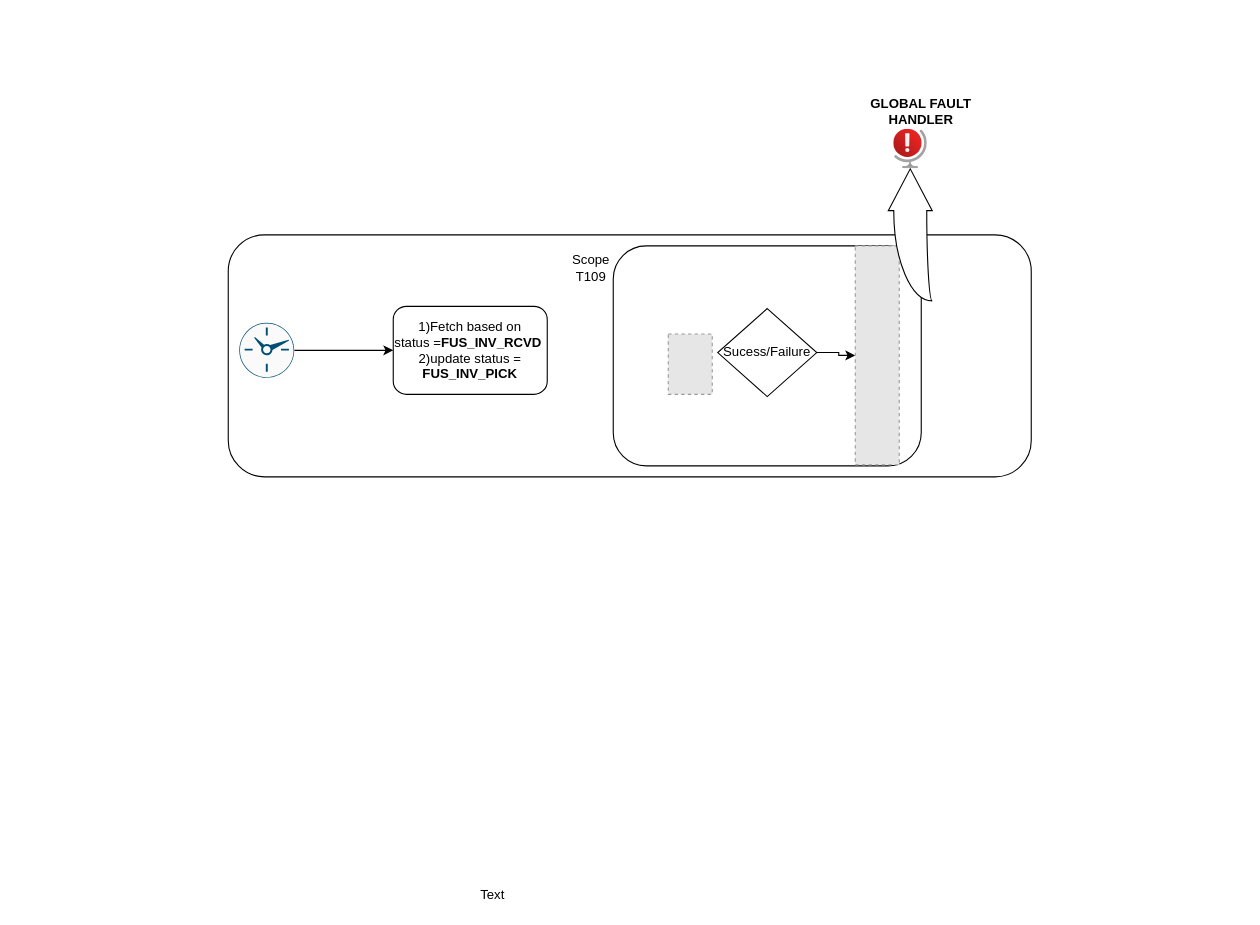
The draw.io diagram MTN_ENHANCED.drawio in anantwag19/Workspace, before the edit. Source tidied: cells renumbered, new cells numbered last; positions are measured from the earlier drawing's top-left corner, leaving out a move shared by most shapes. Both pictures are drawn from the tidied source at 110%, with x=0, y=0 at pixel (228, 102). Pictures stored in the file or linked from it are replaced by grey dashed boxes.
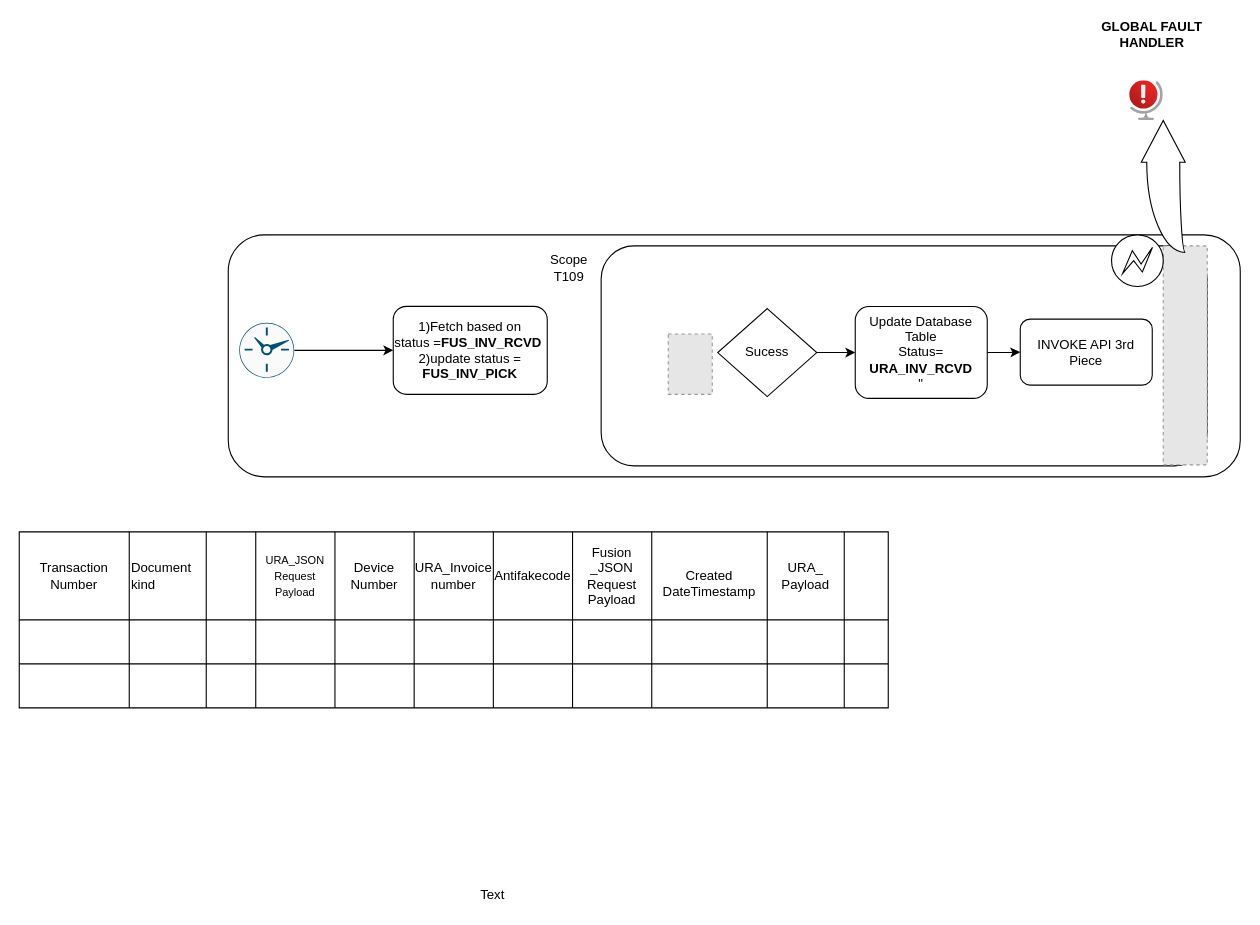
The same diagram, later.

What changed in the source:
```diff
@@
     <mxCell id="2" style="rounded=1;whiteSpace=wrap;html=1;" parent="1" vertex="1">
-      <mxGeometry y="120" width="730" height="220" as="geometry" />
+      <mxGeometry y="120" width="920" height="220" as="geometry" />
     </mxCell>
@@
     <mxCell id="6" style="rounded=1;whiteSpace=wrap;html=1;" parent="1" vertex="1">
-      <mxGeometry x="350" y="130" width="280" height="200" as="geometry" />
+      <mxGeometry x="339" y="130" width="551" height="200" as="geometry" />
     </mxCell>
     <mxCell id="7" value="Scope T109" style="text;html=1;strokeColor=none;fillColor=none;align=center;verticalAlign=middle;whiteSpace=wrap;rounded=0;" parent="1" vertex="1">
-      <mxGeometry x="310" y="140" width="40" height="20" as="geometry" />
+      <mxGeometry x="290" y="140" width="40" height="20" as="geometry" />
     </mxCell>
@@
-    <mxCell id="9" style="edgeStyle=orthogonalEdgeStyle;rounded=0;jettySize=auto;html=1;" parent="1" edge="1" source="10" target="12">
-      <mxGeometry relative="1" as="geometry" />
-    </mxCell>
+    <mxCell id="16" style="edgeStyle=orthogonalEdgeStyle;rounded=0;jettySize=auto;html=1;" parent="1" edge="1" source="10" target="20">
+      <mxGeometry relative="1" as="geometry" />
+    </mxCell>
-    <mxCell id="10" value="Sucess/Failure" style="rhombus;whiteSpace=wrap;html=1;" parent="1" vertex="1">
+    <mxCell id="10" value="Sucess" style="rhombus;whiteSpace=wrap;html=1;" parent="1" vertex="1">
       <mxGeometry x="445" y="187" width="90" height="80" as="geometry" />
     </mxCell>
@@
     <mxCell id="12" style="fillColor=#E6E6E6;strokeColor=#999999;dashed=1;verticalLabelPosition=bottom;labelBackgroundColor=#ffffff;verticalAlign=top;" parent="1" vertex="1">
-      <mxGeometry x="570" y="130" width="40" height="199.1" as="geometry" />
+      <mxGeometry x="850" y="130" width="40" height="199.1" as="geometry" />
     </mxCell>
     <mxCell id="13" style="html=1;shadow=0;dashed=0;align=center;verticalAlign=middle;shape=mxgraph.arrows2.jumpInArrow;dy=15;dx=38;arrowHead=55;direction=north;" parent="1" vertex="1">
-      <mxGeometry x="600" y="60" width="40" height="120" as="geometry" />
+      <mxGeometry x="830" y="16" width="40" height="120" as="geometry" />
     </mxCell>
     <mxCell id="14" style="html=1;align=center;image;fontSize=12;image=img/lib/azure2/general/Globe_Error.svg;" parent="1" vertex="1">
-      <mxGeometry x="605" y="24" width="30.6" height="36" as="geometry" />
+      <mxGeometry x="819.5" y="-20" width="30.6" height="36" as="geometry" />
     </mxCell>
     <mxCell id="15" value="GLOBAL FAULT HANDLER" style="text;html=1;strokeColor=none;fillColor=none;align=center;verticalAlign=middle;whiteSpace=wrap;rounded=0;fontStyle=1;" parent="1" vertex="1">
-      <mxGeometry x="570" width="120" height="16" as="geometry" />
+      <mxGeometry x="780" y="-70" width="120" height="16" as="geometry" />
     </mxCell>
+    <mxCell id="17" style="shape=mxgraph.bpmn.event;html=1;verticalLabelPosition=bottom;labelBackgroundColor=#ffffff;verticalAlign=top;align=center;perimeter=ellipsePerimeter;outline=eventInt;symbol=error;" parent="1" vertex="1">
+      <mxGeometry x="803" y="120" width="47" height="47" as="geometry" />
+    </mxCell>
+    <mxCell id="18" value="INVOKE API 3rd Piece" style="rounded=1;whiteSpace=wrap;html=1;" parent="1" vertex="1">
+      <mxGeometry x="720" y="196.6" width="120" height="60" as="geometry" />
+    </mxCell>
+    <mxCell id="19" style="edgeStyle=orthogonalEdgeStyle;rounded=0;jettySize=auto;html=1;" parent="1" edge="1" source="20" target="18">
+      <mxGeometry relative="1" as="geometry" />
+    </mxCell>
+    <mxCell id="20" value="&lt;div&gt;Update Database Table&lt;/div&gt;&lt;div&gt;Status=&lt;br&gt;  &lt;b&gt;URA_INV_RCVD&lt;/b&gt;&lt;br&gt;&quot;&lt;br&gt;&lt;/div&gt;" style="rounded=1;whiteSpace=wrap;html=1;" parent="1" vertex="1">
+      <mxGeometry x="570" y="185.2" width="120" height="83.5" as="geometry" />
+    </mxCell>
+    <mxCell id="21" style="shape=table;html=1;whiteSpace=wrap;startSize=0;childLayout=tableLayout;" parent="1" vertex="1">
+      <mxGeometry x="-190" y="390" width="790" height="160" as="geometry" />
+    </mxCell>
+    <mxCell id="22" style="shape=partialRectangle;html=1;whiteSpace=wrap;fillColor=none;top=0;left=0;bottom=0;right=0;" parent="21" vertex="1">
+      <mxGeometry width="790" height="80" as="geometry" />
+    </mxCell>
+    <mxCell id="23" value="&lt;div&gt;Transaction&lt;/div&gt;&lt;div&gt;Number&lt;br&gt;&lt;/div&gt;" style="shape=partialRectangle;html=1;whiteSpace=wrap;fillColor=none;top=0;left=0;bottom=0;right=0;overflow=hidden;" parent="22" vertex="1">
+      <mxGeometry width="100" height="80" as="geometry" />
+    </mxCell>
+    <mxCell id="24" value="Document kind" style="shape=partialRectangle;html=1;whiteSpace=wrap;fillColor=none;top=0;left=0;bottom=0;right=0;overflow=hidden;align=left;" parent="22" vertex="1">
+      <mxGeometry x="100" width="70" height="80" as="geometry" />
+    </mxCell>
+    <mxCell id="25" style="shape=partialRectangle;html=1;whiteSpace=wrap;fillColor=none;top=0;left=0;bottom=0;right=0;overflow=hidden;fontSize=8;" parent="22" vertex="1">
+      <mxGeometry x="170" width="45" height="80" as="geometry" />
+    </mxCell>
+    <mxCell id="26" value="&lt;font style=&quot;font-size: 10px&quot;&gt;URA_JSON Request Payload&lt;/font&gt;" style="shape=partialRectangle;html=1;whiteSpace=wrap;fillColor=none;top=0;left=0;bottom=0;right=0;overflow=hidden;" parent="22" vertex="1">
+      <mxGeometry x="215" width="72" height="80" as="geometry" />
+    </mxCell>
+    <mxCell id="27" value="Device Number" style="shape=partialRectangle;html=1;whiteSpace=wrap;fillColor=none;top=0;left=0;bottom=0;right=0;overflow=hidden;" parent="22" vertex="1">
+      <mxGeometry x="287" width="72" height="80" as="geometry" />
+    </mxCell>
+    <mxCell id="28" value="URA_Invoice number" style="shape=partialRectangle;html=1;whiteSpace=wrap;fillColor=none;top=0;left=0;bottom=0;right=0;overflow=hidden;" parent="22" vertex="1">
+      <mxGeometry x="359" width="72" height="80" as="geometry" />
+    </mxCell>
+    <mxCell id="29" value="Antifakecode" style="shape=partialRectangle;html=1;whiteSpace=wrap;fillColor=none;top=0;left=0;bottom=0;right=0;overflow=hidden;" parent="22" vertex="1">
+      <mxGeometry x="431" width="72" height="80" as="geometry" />
+    </mxCell>
+    <mxCell id="30" value="Fusion _JSON Request Payload" style="shape=partialRectangle;html=1;whiteSpace=wrap;fillColor=none;top=0;left=0;bottom=0;right=0;overflow=hidden;fontSize=12;" parent="22" vertex="1">
+      <mxGeometry x="503" width="72" height="80" as="geometry" />
+    </mxCell>
+    <mxCell id="31" value="&lt;br style=&quot;font-size: 12px&quot;&gt;&lt;div&gt;  Created&lt;/div&gt;&lt;div&gt;DateTimestamp&lt;/div&gt;" style="shape=partialRectangle;html=1;whiteSpace=wrap;fillColor=none;top=0;left=0;bottom=0;right=0;overflow=hidden;fontSize=12;" parent="22" vertex="1">
+      <mxGeometry x="575" width="105" height="80" as="geometry" />
+    </mxCell>
+    <mxCell id="32" value="&lt;div&gt;URA_&lt;/div&gt;&lt;div&gt;Payload&lt;/div&gt;" style="shape=partialRectangle;html=1;whiteSpace=wrap;fillColor=none;top=0;left=0;bottom=0;right=0;overflow=hidden;" parent="22" vertex="1">
+      <mxGeometry x="680" width="70" height="80" as="geometry" />
+    </mxCell>
+    <mxCell id="33" style="shape=partialRectangle;html=1;whiteSpace=wrap;fillColor=none;top=0;left=0;bottom=0;right=0;overflow=hidden;" parent="22" vertex="1">
+      <mxGeometry x="750" width="40" height="80" as="geometry" />
+    </mxCell>
+    <mxCell id="34" style="shape=partialRectangle;html=1;whiteSpace=wrap;fillColor=none;top=0;left=0;bottom=0;right=0;" parent="21" vertex="1">
+      <mxGeometry y="80" width="790" height="40" as="geometry" />
+    </mxCell>
+    <mxCell id="35" style="shape=partialRectangle;html=1;whiteSpace=wrap;fillColor=none;top=0;left=0;bottom=0;right=0;overflow=hidden;" parent="34" vertex="1">
+      <mxGeometry width="100" height="40" as="geometry" />
+    </mxCell>
+    <mxCell id="36" style="shape=partialRectangle;html=1;whiteSpace=wrap;fillColor=none;top=0;left=0;bottom=0;right=0;overflow=hidden;" parent="34" vertex="1">
+      <mxGeometry x="100" width="70" height="40" as="geometry" />
+    </mxCell>
+    <mxCell id="37" style="shape=partialRectangle;html=1;whiteSpace=wrap;fillColor=none;top=0;left=0;bottom=0;right=0;overflow=hidden;" parent="34" vertex="1">
+      <mxGeometry x="170" width="45" height="40" as="geometry" />
+    </mxCell>
+    <mxCell id="38" style="shape=partialRectangle;html=1;whiteSpace=wrap;fillColor=none;top=0;left=0;bottom=0;right=0;overflow=hidden;" parent="34" vertex="1">
+      <mxGeometry x="215" width="72" height="40" as="geometry" />
+    </mxCell>
+    <mxCell id="39" style="shape=partialRectangle;html=1;whiteSpace=wrap;fillColor=none;top=0;left=0;bottom=0;right=0;overflow=hidden;" parent="34" vertex="1">
+      <mxGeometry x="287" width="72" height="40" as="geometry" />
+    </mxCell>
+    <mxCell id="40" style="shape=partialRectangle;html=1;whiteSpace=wrap;fillColor=none;top=0;left=0;bottom=0;right=0;overflow=hidden;" parent="34" vertex="1">
+      <mxGeometry x="359" width="72" height="40" as="geometry" />
+    </mxCell>
+    <mxCell id="41" style="shape=partialRectangle;html=1;whiteSpace=wrap;fillColor=none;top=0;left=0;bottom=0;right=0;overflow=hidden;" parent="34" vertex="1">
+      <mxGeometry x="431" width="72" height="40" as="geometry" />
+    </mxCell>
+    <mxCell id="42" style="shape=partialRectangle;html=1;whiteSpace=wrap;fillColor=none;top=0;left=0;bottom=0;right=0;overflow=hidden;" parent="34" vertex="1">
+      <mxGeometry x="503" width="72" height="40" as="geometry" />
+    </mxCell>
+    <mxCell id="43" style="shape=partialRectangle;html=1;whiteSpace=wrap;fillColor=none;top=0;left=0;bottom=0;right=0;overflow=hidden;" parent="34" vertex="1">
+      <mxGeometry x="575" width="105" height="40" as="geometry" />
+    </mxCell>
+    <mxCell id="44" style="shape=partialRectangle;html=1;whiteSpace=wrap;fillColor=none;top=0;left=0;bottom=0;right=0;overflow=hidden;" parent="34" vertex="1">
+      <mxGeometry x="680" width="70" height="40" as="geometry" />
+    </mxCell>
+    <mxCell id="45" style="shape=partialRectangle;html=1;whiteSpace=wrap;fillColor=none;top=0;left=0;bottom=0;right=0;overflow=hidden;" parent="34" vertex="1">
+      <mxGeometry x="750" width="40" height="40" as="geometry" />
+    </mxCell>
+    <mxCell id="46" style="shape=partialRectangle;html=1;whiteSpace=wrap;fillColor=none;top=0;left=0;bottom=0;right=0;" parent="21" vertex="1">
+      <mxGeometry y="120" width="790" height="40" as="geometry" />
+    </mxCell>
+    <mxCell id="47" style="shape=partialRectangle;html=1;whiteSpace=wrap;fillColor=none;top=0;left=0;bottom=0;right=0;overflow=hidden;" parent="46" vertex="1">
+      <mxGeometry width="100" height="40" as="geometry" />
+    </mxCell>
+    <mxCell id="48" style="shape=partialRectangle;html=1;whiteSpace=wrap;fillColor=none;top=0;left=0;bottom=0;right=0;overflow=hidden;" parent="46" vertex="1">
+      <mxGeometry x="100" width="70" height="40" as="geometry" />
+    </mxCell>
+    <mxCell id="49" style="shape=partialRectangle;html=1;whiteSpace=wrap;fillColor=none;top=0;left=0;bottom=0;right=0;overflow=hidden;" parent="46" vertex="1">
+      <mxGeometry x="170" width="45" height="40" as="geometry" />
+    </mxCell>
+    <mxCell id="50" style="shape=partialRectangle;html=1;whiteSpace=wrap;fillColor=none;top=0;left=0;bottom=0;right=0;overflow=hidden;" parent="46" vertex="1">
+      <mxGeometry x="215" width="72" height="40" as="geometry" />
+    </mxCell>
+    <mxCell id="51" style="shape=partialRectangle;html=1;whiteSpace=wrap;fillColor=none;top=0;left=0;bottom=0;right=0;overflow=hidden;" parent="46" vertex="1">
+      <mxGeometry x="287" width="72" height="40" as="geometry" />
+    </mxCell>
+    <mxCell id="52" style="shape=partialRectangle;html=1;whiteSpace=wrap;fillColor=none;top=0;left=0;bottom=0;right=0;overflow=hidden;" parent="46" vertex="1">
+      <mxGeometry x="359" width="72" height="40" as="geometry" />
+    </mxCell>
+    <mxCell id="53" style="shape=partialRectangle;html=1;whiteSpace=wrap;fillColor=none;top=0;left=0;bottom=0;right=0;overflow=hidden;" parent="46" vertex="1">
+      <mxGeometry x="431" width="72" height="40" as="geometry" />
+    </mxCell>
+    <mxCell id="54" style="shape=partialRectangle;html=1;whiteSpace=wrap;fillColor=none;top=0;left=0;bottom=0;right=0;overflow=hidden;" parent="46" vertex="1">
+      <mxGeometry x="503" width="72" height="40" as="geometry" />
+    </mxCell>
+    <mxCell id="55" style="shape=partialRectangle;html=1;whiteSpace=wrap;fillColor=none;top=0;left=0;bottom=0;right=0;overflow=hidden;" parent="46" vertex="1">
+      <mxGeometry x="575" width="105" height="40" as="geometry" />
+    </mxCell>
+    <mxCell id="56" style="shape=partialRectangle;html=1;whiteSpace=wrap;fillColor=none;top=0;left=0;bottom=0;right=0;overflow=hidden;" parent="46" vertex="1">
+      <mxGeometry x="680" width="70" height="40" as="geometry" />
+    </mxCell>
+    <mxCell id="57" style="shape=partialRectangle;html=1;whiteSpace=wrap;fillColor=none;top=0;left=0;bottom=0;right=0;overflow=hidden;" parent="46" vertex="1">
+      <mxGeometry x="750" width="40" height="40" as="geometry" />
+    </mxCell>
```
